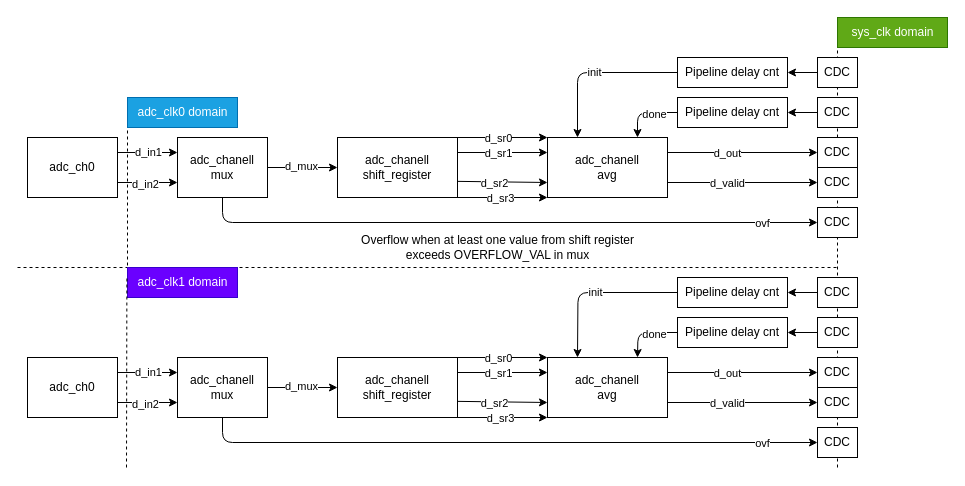
The draw.io diagram sch/adc_chanell.drawio in alice-fit-fee-upgrade/FIT_PM_GW_CPLD, before the edit. Source tidied: cells renumbered, new cells numbered last; positions are measured from the earlier drawing's top-left corner, leaving out a move shared by most shapes. Both pictures are drawn from the tidied source at 100%, with x=0, y=0 at pixel (17, 17).
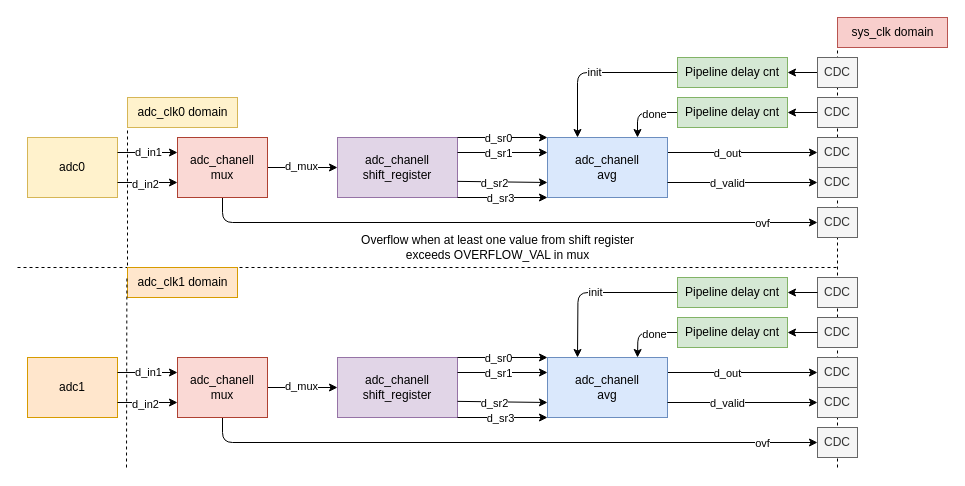
The same page after the edit.

What changed in the source:
```diff
@@
-    <mxCell id="2" value="adc_ch0" style="rounded=0;whiteSpace=wrap;html=1;" parent="1" vertex="1">
+    <mxCell id="2" value="adc0" style="rounded=0;whiteSpace=wrap;html=1;fillColor=#fff2cc;strokeColor=#d6b656;" parent="1" vertex="1">
       <mxGeometry x="10" y="120" width="90" height="60" as="geometry" />
     </mxCell>
@@
-    <mxCell id="7" value="adc_chanell&lt;div&gt;mux&lt;/div&gt;" style="rounded=0;whiteSpace=wrap;html=1;" parent="1" vertex="1">
+    <mxCell id="7" value="adc_chanell&lt;div&gt;mux&lt;/div&gt;" style="rounded=0;whiteSpace=wrap;html=1;fillColor=#fad9d5;strokeColor=#ae4132;" parent="1" vertex="1">
       <mxGeometry x="160" y="120" width="90" height="60" as="geometry" />
     </mxCell>
@@
-    <mxCell id="12" value="adc_chanell&lt;div&gt;shift_register&lt;/div&gt;" style="rounded=0;whiteSpace=wrap;html=1;" parent="1" vertex="1">
+    <mxCell id="12" value="adc_chanell&lt;div&gt;shift_register&lt;/div&gt;" style="rounded=0;whiteSpace=wrap;html=1;fillColor=#e1d5e7;strokeColor=#9673a6;" parent="1" vertex="1">
       <mxGeometry x="320" y="120" width="120" height="60" as="geometry" />
     </mxCell>
@@
-    <mxCell id="23" value="adc_chanell&lt;div&gt;avg&lt;/div&gt;" style="rounded=0;whiteSpace=wrap;html=1;" parent="1" vertex="1">
+    <mxCell id="23" value="adc_chanell&lt;div&gt;avg&lt;/div&gt;" style="rounded=0;whiteSpace=wrap;html=1;fillColor=#dae8fc;strokeColor=#6c8ebf;" parent="1" vertex="1">
       <mxGeometry x="530" y="120" width="120" height="60" as="geometry" />
     </mxCell>
@@
-    <mxCell id="26" value="adc_clk0 domain" style="text;html=1;align=center;verticalAlign=middle;strokeColor=#006EAF;fillColor=#1ba1e2;fontColor=#ffffff;" parent="1" vertex="1">
+    <mxCell id="26" value="adc_clk0 domain" style="text;html=1;align=center;verticalAlign=middle;strokeColor=#d6b656;fillColor=#fff2cc;" parent="1" vertex="1">
       <mxGeometry x="110" y="80" width="110" height="30" as="geometry" />
     </mxCell>
@@
-    <mxCell id="28" value="adc_clk1 domain" style="text;html=1;align=center;verticalAlign=middle;strokeColor=#3700CC;fillColor=#6a00ff;fontColor=#ffffff;" parent="1" vertex="1">
+    <mxCell id="28" value="adc_clk1 domain" style="text;html=1;align=center;verticalAlign=middle;strokeColor=#d79b00;fillColor=#ffe6cc;" parent="1" vertex="1">
       <mxGeometry x="110" y="250" width="110" height="30" as="geometry" />
     </mxCell>
@@
-    <mxCell id="30" value="adc_ch0" style="rounded=0;whiteSpace=wrap;html=1;" parent="1" vertex="1">
+    <mxCell id="30" value="adc1" style="rounded=0;whiteSpace=wrap;html=1;fillColor=#ffe6cc;strokeColor=#d79b00;" parent="1" vertex="1">
       <mxGeometry x="10" y="340" width="90" height="60" as="geometry" />
     </mxCell>
@@
-    <mxCell id="35" value="adc_chanell&lt;div&gt;mux&lt;/div&gt;" style="rounded=0;whiteSpace=wrap;html=1;" parent="1" vertex="1">
+    <mxCell id="35" value="adc_chanell&lt;div&gt;mux&lt;/div&gt;" style="rounded=0;whiteSpace=wrap;html=1;fillColor=#fad9d5;strokeColor=#ae4132;" parent="1" vertex="1">
       <mxGeometry x="160" y="340" width="90" height="60" as="geometry" />
     </mxCell>
@@
-    <mxCell id="40" value="adc_chanell&lt;div&gt;shift_register&lt;/div&gt;" style="rounded=0;whiteSpace=wrap;html=1;" parent="1" vertex="1">
+    <mxCell id="40" value="adc_chanell&lt;div&gt;shift_register&lt;/div&gt;" style="rounded=0;whiteSpace=wrap;html=1;fillColor=#e1d5e7;strokeColor=#9673a6;" parent="1" vertex="1">
       <mxGeometry x="320" y="340" width="120" height="60" as="geometry" />
     </mxCell>
@@
-    <mxCell id="51" value="adc_chanell&lt;div&gt;avg&lt;/div&gt;" style="rounded=0;whiteSpace=wrap;html=1;" parent="1" vertex="1">
+    <mxCell id="51" value="adc_chanell&lt;div&gt;avg&lt;/div&gt;" style="rounded=0;whiteSpace=wrap;html=1;fillColor=#dae8fc;strokeColor=#6c8ebf;" parent="1" vertex="1">
       <mxGeometry x="530" y="340" width="120" height="60" as="geometry" />
     </mxCell>
@@
-    <mxCell id="53" value="sys_clk domain" style="text;html=1;align=center;verticalAlign=middle;strokeColor=#2D7600;fillColor=#60a917;fontColor=#ffffff;" parent="1" vertex="1">
+    <mxCell id="53" value="sys_clk domain" style="text;html=1;align=center;verticalAlign=middle;strokeColor=#b85450;fillColor=#f8cecc;" parent="1" vertex="1">
       <mxGeometry x="820" width="110" height="30" as="geometry" />
     </mxCell>
-    <mxCell id="54" value="CDC" style="rounded=0;whiteSpace=wrap;html=1;" parent="1" vertex="1">
+    <mxCell id="54" value="CDC" style="rounded=0;whiteSpace=wrap;html=1;fillColor=#f5f5f5;fontColor=#333333;strokeColor=#666666;" parent="1" vertex="1">
       <mxGeometry x="800" y="120" width="40" height="30" as="geometry" />
     </mxCell>
-    <mxCell id="55" value="CDC" style="rounded=0;whiteSpace=wrap;html=1;" parent="1" vertex="1">
+    <mxCell id="55" value="CDC" style="rounded=0;whiteSpace=wrap;html=1;fillColor=#f5f5f5;fontColor=#333333;strokeColor=#666666;" parent="1" vertex="1">
       <mxGeometry x="800" y="190" width="40" height="30" as="geometry" />
     </mxCell>
-    <mxCell id="56" value="CDC" style="rounded=0;whiteSpace=wrap;html=1;" parent="1" vertex="1">
+    <mxCell id="56" value="CDC" style="rounded=0;whiteSpace=wrap;html=1;fillColor=#f5f5f5;fontColor=#333333;strokeColor=#666666;" parent="1" vertex="1">
       <mxGeometry x="800" y="340" width="40" height="30" as="geometry" />
     </mxCell>
-    <mxCell id="57" value="CDC" style="rounded=0;whiteSpace=wrap;html=1;" parent="1" vertex="1">
+    <mxCell id="57" value="CDC" style="rounded=0;whiteSpace=wrap;html=1;fillColor=#f5f5f5;fontColor=#333333;strokeColor=#666666;" parent="1" vertex="1">
       <mxGeometry x="800" y="410" width="40" height="30" as="geometry" />
     </mxCell>
@@
-    <mxCell id="59" value="CDC" style="rounded=0;whiteSpace=wrap;html=1;" parent="1" vertex="1">
+    <mxCell id="59" value="CDC" style="rounded=0;whiteSpace=wrap;html=1;fillColor=#f5f5f5;fontColor=#333333;strokeColor=#666666;" parent="1" vertex="1">
       <mxGeometry x="800" y="80" width="40" height="30" as="geometry" />
     </mxCell>
@@
-    <mxCell id="61" value="CDC" style="rounded=0;whiteSpace=wrap;html=1;" parent="1" vertex="1">
+    <mxCell id="61" value="CDC" style="rounded=0;whiteSpace=wrap;html=1;fillColor=#f5f5f5;fontColor=#333333;strokeColor=#666666;" parent="1" vertex="1">
       <mxGeometry x="800" y="40" width="40" height="30" as="geometry" />
     </mxCell>
-    <mxCell id="62" value="CDC" style="rounded=0;whiteSpace=wrap;html=1;" parent="1" vertex="1">
+    <mxCell id="62" value="CDC" style="rounded=0;whiteSpace=wrap;html=1;fillColor=#f5f5f5;fontColor=#333333;strokeColor=#666666;" parent="1" vertex="1">
       <mxGeometry x="800" y="300" width="40" height="30" as="geometry" />
     </mxCell>
-    <mxCell id="63" value="CDC" style="rounded=0;whiteSpace=wrap;html=1;" parent="1" vertex="1">
+    <mxCell id="63" value="CDC" style="rounded=0;whiteSpace=wrap;html=1;fillColor=#f5f5f5;fontColor=#333333;strokeColor=#666666;" parent="1" vertex="1">
       <mxGeometry x="800" y="260" width="40" height="30" as="geometry" />
     </mxCell>
@@
-    <mxCell id="65" value="Pipeline delay cnt" style="rounded=0;whiteSpace=wrap;html=1;" parent="1" vertex="1">
+    <mxCell id="65" value="Pipeline delay cnt" style="rounded=0;whiteSpace=wrap;html=1;fillColor=#d5e8d4;strokeColor=#82b366;" parent="1" vertex="1">
       <mxGeometry x="660" y="40" width="110" height="30" as="geometry" />
     </mxCell>
@@
-    <mxCell id="68" value="Pipeline delay cnt" style="rounded=0;whiteSpace=wrap;html=1;" parent="1" vertex="1">
+    <mxCell id="68" value="Pipeline delay cnt" style="rounded=0;whiteSpace=wrap;html=1;fillColor=#d5e8d4;strokeColor=#82b366;" parent="1" vertex="1">
       <mxGeometry x="660" y="80" width="110" height="30" as="geometry" />
     </mxCell>
@@
-    <mxCell id="72" value="Pipeline delay cnt" style="rounded=0;whiteSpace=wrap;html=1;" parent="1" vertex="1">
+    <mxCell id="72" value="Pipeline delay cnt" style="rounded=0;whiteSpace=wrap;html=1;fillColor=#d5e8d4;strokeColor=#82b366;" parent="1" vertex="1">
       <mxGeometry x="660" y="260" width="110" height="30" as="geometry" />
     </mxCell>
@@
-    <mxCell id="75" value="Pipeline delay cnt" style="rounded=0;whiteSpace=wrap;html=1;" parent="1" vertex="1">
+    <mxCell id="75" value="Pipeline delay cnt" style="rounded=0;whiteSpace=wrap;html=1;fillColor=#d5e8d4;strokeColor=#82b366;" parent="1" vertex="1">
       <mxGeometry x="660" y="300" width="110" height="30" as="geometry" />
     </mxCell>
@@
-    <mxCell id="78" value="CDC" style="rounded=0;whiteSpace=wrap;html=1;" parent="1" vertex="1">
+    <mxCell id="78" value="CDC" style="rounded=0;whiteSpace=wrap;html=1;fillColor=#f5f5f5;fontColor=#333333;strokeColor=#666666;" parent="1" vertex="1">
       <mxGeometry x="800" y="150" width="40" height="30" as="geometry" />
     </mxCell>
@@
-    <mxCell id="81" value="CDC" style="rounded=0;whiteSpace=wrap;html=1;" parent="1" vertex="1">
+    <mxCell id="81" value="CDC" style="rounded=0;whiteSpace=wrap;html=1;fillColor=#f5f5f5;fontColor=#333333;strokeColor=#666666;" parent="1" vertex="1">
       <mxGeometry x="800" y="370" width="40" height="30" as="geometry" />
     </mxCell>
```
